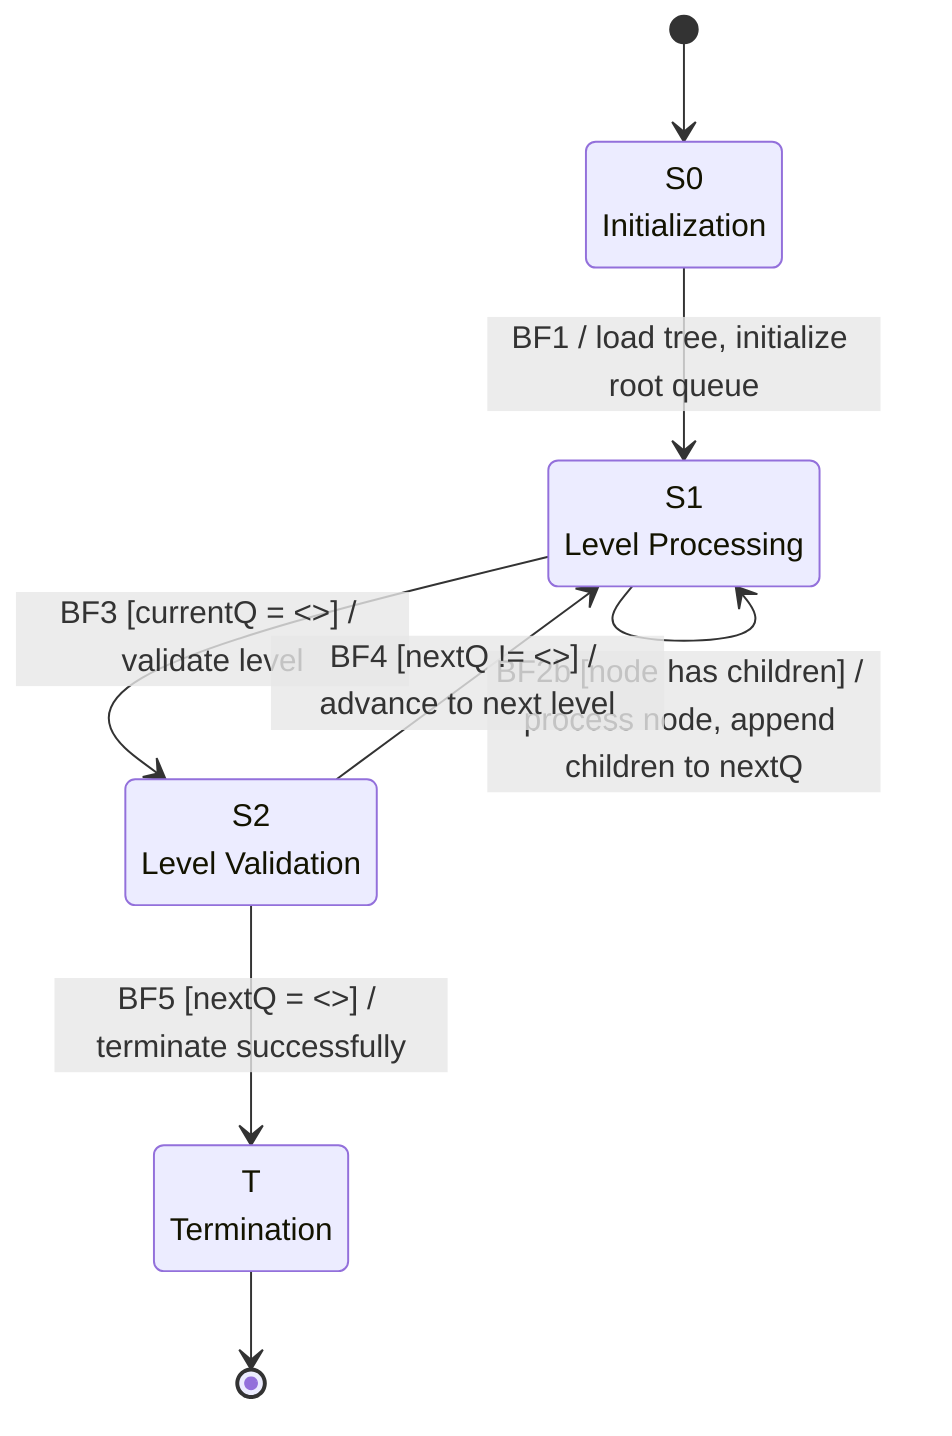
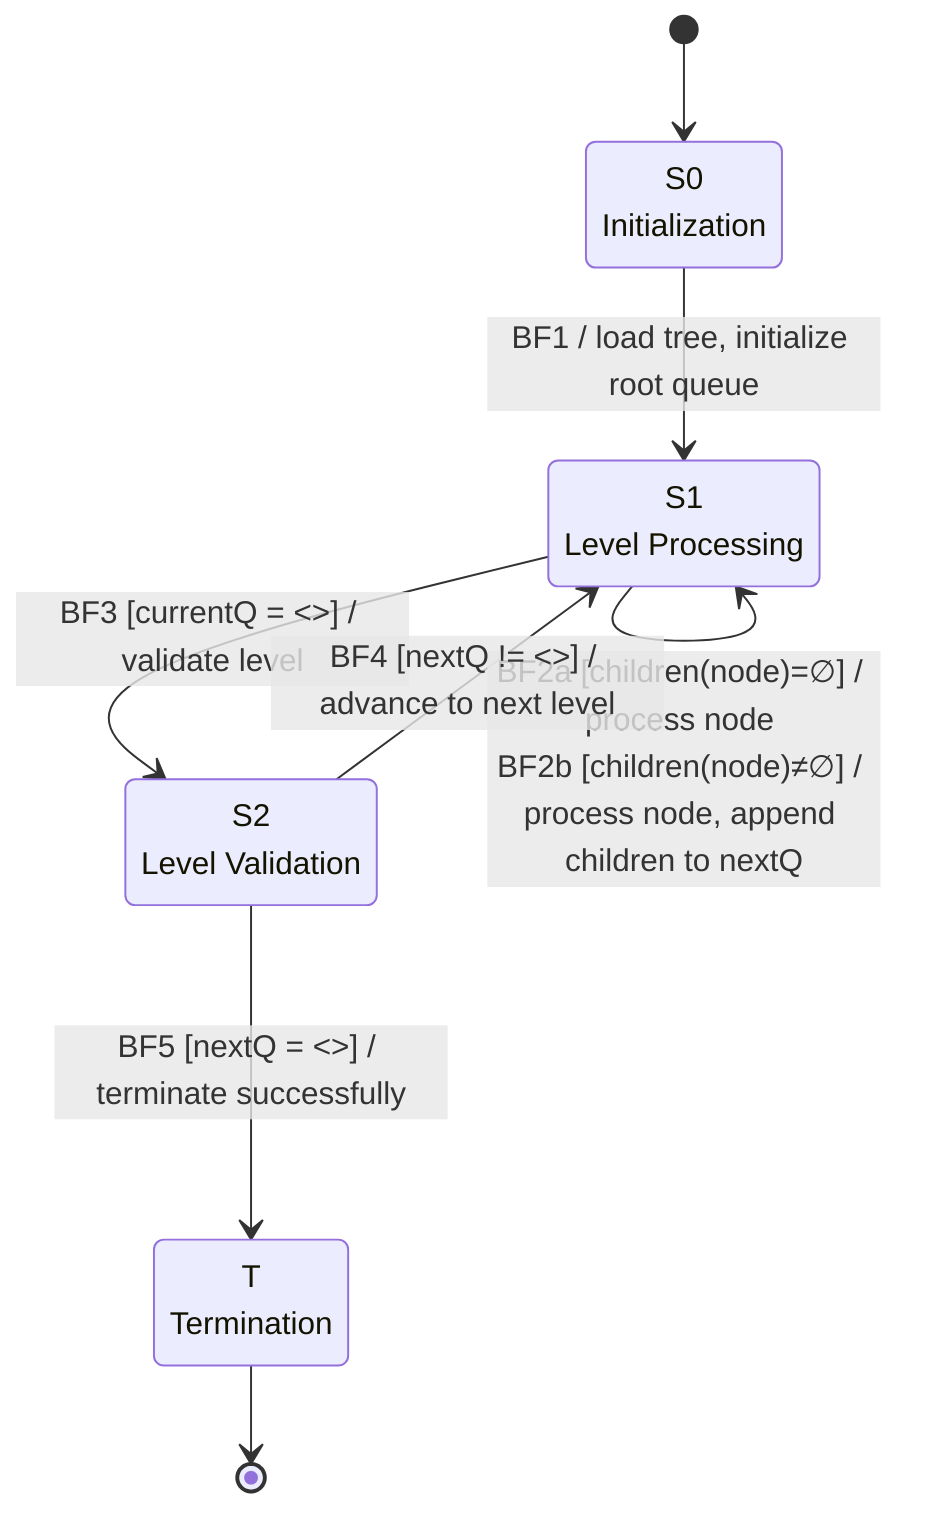
stateDiagram-v2
-     direction TB
- 
    direction TB

    [*] --> S0

    state "S0<br/>Initialization" as S0
    state "S1<br/>Level Processing" as S1
    state "S2<br/>Level Validation" as S2
    state "T<br/>Termination" as T

    S0 --> S1 : BF1 / load tree, initialize root queue

-     S1 --> S1 : BF2a [node has no children] / process node
-     S1 --> S1 : BF2b [node has children] / process node, append children to nextQ
+     S1 --> S1 : BF2a [children(node)=∅] / process node <br/>BF2b [children(node)≠∅] / process node, append children to nextQ

    S1 --> S2 : BF3 [currentQ = <>] / validate level

    S2 --> S1 : BF4 [nextQ != <>] / advance to next level
    S2 --> T : BF5 [nextQ = <>] / terminate successfully

    T --> [*]
